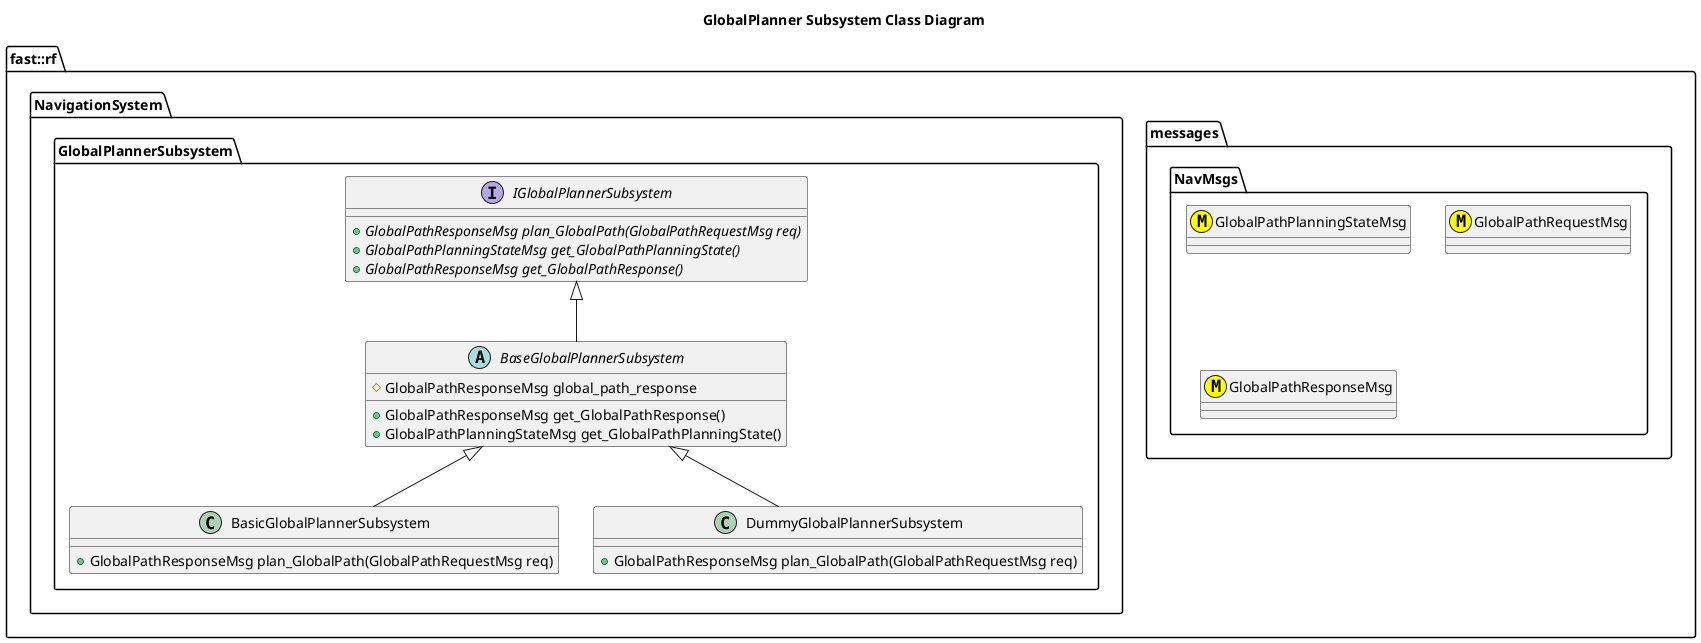
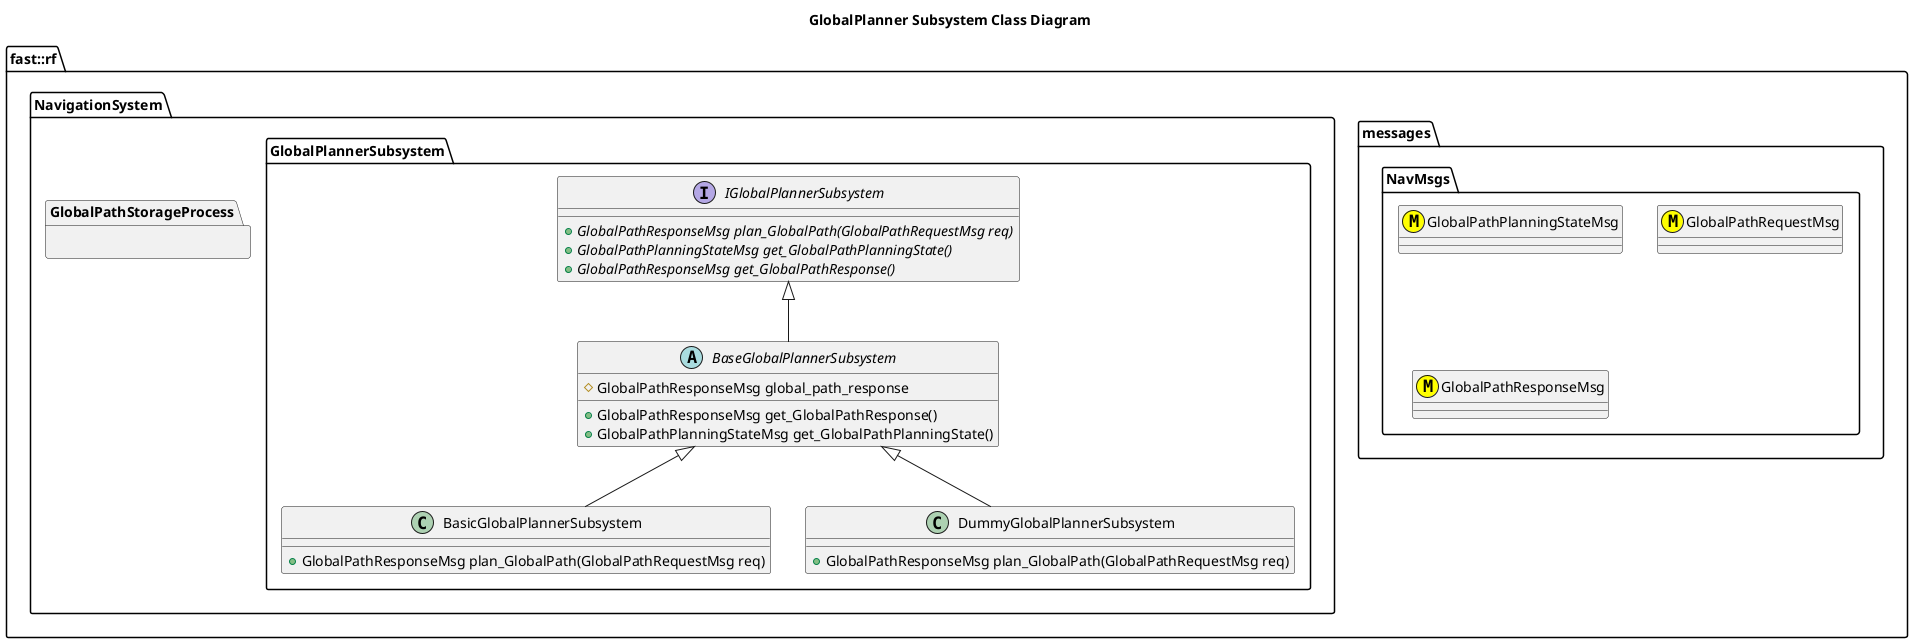
@startuml
title GlobalPlanner Subsystem Class Diagram
namespace fast::rf {
  namespace messages {
    namespace NavMsgs {
      class GlobalPathPlanningStateMsg <<(M,#FFFF00)>>
      class GlobalPathRequestMsg <<(M,#FFFF00)>>
      class GlobalPathResponseMsg <<(M,#FFFF00)>>
    }
  }
  namespace NavigationSystem {
    namespace GlobalPlannerSubsystem {
      interface IGlobalPlannerSubsystem {
        +{abstract} GlobalPathResponseMsg plan_GlobalPath(GlobalPathRequestMsg req)
        +{abstract} GlobalPathPlanningStateMsg get_GlobalPathPlanningState()
        +{abstract} GlobalPathResponseMsg get_GlobalPathResponse()

      }
      abstract BaseGlobalPlannerSubsystem {
        +GlobalPathResponseMsg get_GlobalPathResponse()
        +GlobalPathPlanningStateMsg get_GlobalPathPlanningState()
        #GlobalPathResponseMsg global_path_response

      }
      BaseGlobalPlannerSubsystem -up-|> IGlobalPlannerSubsystem
      class BasicGlobalPlannerSubsystem {
        +GlobalPathResponseMsg plan_GlobalPath(GlobalPathRequestMsg req)
      }
      BasicGlobalPlannerSubsystem -up-|> BaseGlobalPlannerSubsystem
      class DummyGlobalPlannerSubsystem {
        +GlobalPathResponseMsg plan_GlobalPath(GlobalPathRequestMsg req)
      }
      DummyGlobalPlannerSubsystem -up-|> BaseGlobalPlannerSubsystem
    }
+     package GlobalPathStorageProcess {
+ 
+     }
  }
}
@enduml